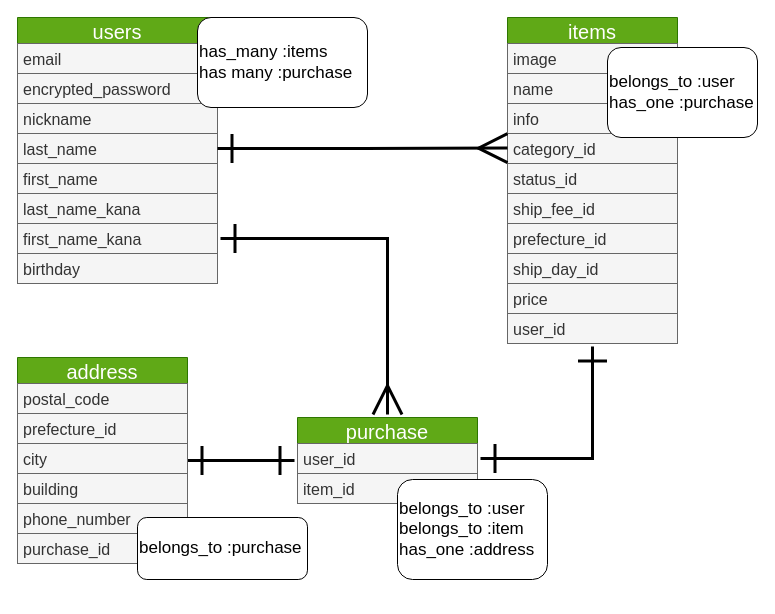
The draw.io diagram furima.dio in abmsonic/furima-29106, before the edit. Source tidied: cells renumbered, new cells numbered last; positions are measured from the earlier drawing's top-left corner, leaving out a move shared by most shapes. Both pictures are drawn from the tidied source at 100%, with x=0, y=0 at pixel (17, 17).
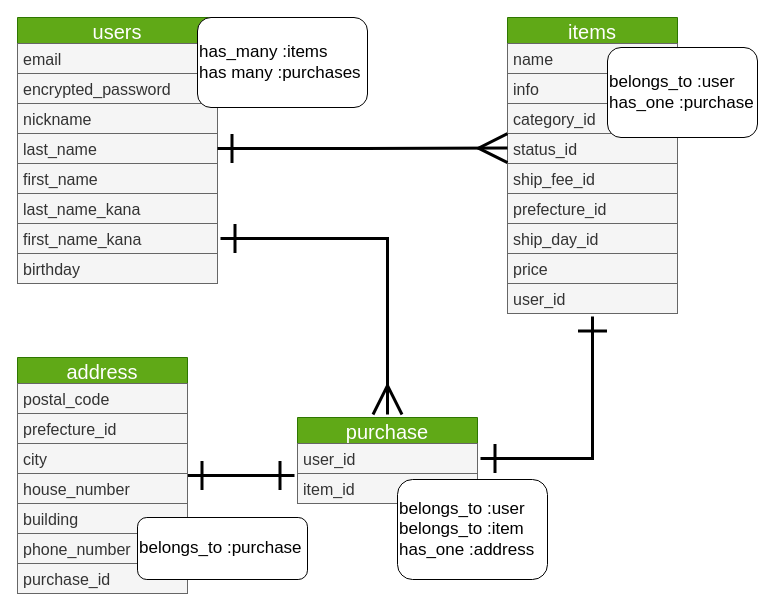
The same diagram, later.

Commit message (it also covers changes not shown here):
ER図とREADMEの修正02

The change refers to these unchanged cells:
```xml
<mxCell id="3" value="purchase" style="swimlane;fontStyle=0;horizontal=1;startSize=26;align=center;fontSize=20;fillColor=#60a917;strokeColor=#2D7600;fontColor=#ffffff;labelBackgroundColor=none;" parent="1" vertex="1">
  <mxGeometry x="280" y="400" width="180" height="86" as="geometry" />
</mxCell>
```

What changed in the source:
```diff
@@
     <mxCell id="2" style="edgeStyle=orthogonalEdgeStyle;rounded=0;jettySize=auto;html=1;entryX=1;entryY=0.5;entryDx=0;entryDy=0;startArrow=ERone;startFill=0;endArrow=ERone;endFill=0;strokeWidth=3;endSize=25;startSize=25;targetPerimeterSpacing=3;sourcePerimeterSpacing=3;" parent="1" edge="1" source="3" target="28">
-      <mxGeometry relative="1" as="geometry" />
+      <mxGeometry relative="1" as="geometry">
+        <Array as="points">
+          <mxPoint x="240" y="458" />
+          <mxPoint x="240" y="458" />
+        </Array>
+      </mxGeometry>
     </mxCell>
@@
     <mxCell id="6" value="items" style="swimlane;fontStyle=0;horizontal=1;startSize=26;align=center;fontSize=20;fillColor=#60a917;strokeColor=#2D7600;fontColor=#ffffff;" parent="1" vertex="1">
-      <mxGeometry x="490" width="170" height="326" as="geometry" />
+      <mxGeometry x="490" width="170" height="296" as="geometry" />
     </mxCell>
-    <mxCell id="7" value="image" style="text;strokeColor=#666666;fillColor=#f5f5f5;spacingLeft=4;spacingRight=4;overflow=hidden;fontSize=16;fontColor=#333333;" parent="6" vertex="1">
-      <mxGeometry y="26" width="170" height="30" as="geometry" />
-    </mxCell>
     <mxCell id="8" value="name" style="text;strokeColor=#666666;fillColor=#f5f5f5;spacingLeft=4;spacingRight=4;overflow=hidden;fontSize=16;fontColor=#333333;" parent="6" vertex="1">
-      <mxGeometry y="56" width="170" height="30" as="geometry" />
+      <mxGeometry y="26" width="170" height="30" as="geometry" />
     </mxCell>
     <mxCell id="9" value="info" style="text;strokeColor=#666666;fillColor=#f5f5f5;spacingLeft=4;spacingRight=4;overflow=hidden;fontSize=16;fontColor=#333333;" parent="6" vertex="1">
-      <mxGeometry y="86" width="170" height="30" as="geometry" />
+      <mxGeometry y="56" width="170" height="30" as="geometry" />
     </mxCell>
     <mxCell id="10" value="category_id" style="text;strokeColor=#666666;fillColor=#f5f5f5;spacingLeft=4;spacingRight=4;overflow=hidden;fontSize=16;fontColor=#333333;" parent="6" vertex="1">
-      <mxGeometry y="116" width="170" height="30" as="geometry" />
+      <mxGeometry y="86" width="170" height="30" as="geometry" />
     </mxCell>
     <mxCell id="11" value="status_id" style="text;strokeColor=#666666;fillColor=#f5f5f5;spacingLeft=4;spacingRight=4;overflow=hidden;fontSize=16;fontColor=#333333;" parent="6" vertex="1">
-      <mxGeometry y="146" width="170" height="30" as="geometry" />
+      <mxGeometry y="116" width="170" height="30" as="geometry" />
     </mxCell>
     <mxCell id="12" value="ship_fee_id" style="text;strokeColor=#666666;fillColor=#f5f5f5;spacingLeft=4;spacingRight=4;overflow=hidden;fontSize=16;fontColor=#333333;" parent="6" vertex="1">
-      <mxGeometry y="176" width="170" height="30" as="geometry" />
+      <mxGeometry y="146" width="170" height="30" as="geometry" />
     </mxCell>
     <mxCell id="13" value="prefecture_id" style="text;strokeColor=#666666;fillColor=#f5f5f5;spacingLeft=4;spacingRight=4;overflow=hidden;fontSize=16;fontColor=#333333;" parent="6" vertex="1">
-      <mxGeometry y="206" width="170" height="30" as="geometry" />
+      <mxGeometry y="176" width="170" height="30" as="geometry" />
     </mxCell>
     <mxCell id="14" value="ship_day_id" style="text;strokeColor=#666666;fillColor=#f5f5f5;spacingLeft=4;spacingRight=4;overflow=hidden;fontSize=16;fontColor=#333333;" parent="6" vertex="1">
-      <mxGeometry y="236" width="170" height="30" as="geometry" />
+      <mxGeometry y="206" width="170" height="30" as="geometry" />
     </mxCell>
     <mxCell id="15" value="price" style="text;strokeColor=#666666;fillColor=#f5f5f5;spacingLeft=4;spacingRight=4;overflow=hidden;fontSize=16;fontColor=#333333;" parent="6" vertex="1">
-      <mxGeometry y="266" width="170" height="30" as="geometry" />
+      <mxGeometry y="236" width="170" height="30" as="geometry" />
     </mxCell>
     <mxCell id="16" value="user_id" style="text;strokeColor=#666666;fillColor=#f5f5f5;spacingLeft=4;spacingRight=4;overflow=hidden;fontSize=16;fontColor=#333333;" parent="6" vertex="1">
-      <mxGeometry y="296" width="170" height="30" as="geometry" />
+      <mxGeometry y="266" width="170" height="30" as="geometry" />
     </mxCell>
@@
-    <mxCell id="26" value="has_many :items&lt;br style=&quot;font-size: 17px&quot;&gt;has many :purchase" style="rounded=1;whiteSpace=wrap;html=1;align=left;fontSize=17;" parent="1" vertex="1">
+    <mxCell id="26" value="has_many :items&lt;br style=&quot;font-size: 17px&quot;&gt;has many :purchases" style="rounded=1;whiteSpace=wrap;html=1;align=left;fontSize=17;" parent="1" vertex="1">
       <mxGeometry x="180" width="170" height="90" as="geometry" />
     </mxCell>
@@
     <mxCell id="28" value="address" style="swimlane;fontStyle=0;horizontal=1;startSize=26;align=center;fontSize=20;fillColor=#60a917;strokeColor=#2D7600;fontColor=#ffffff;labelBackgroundColor=none;" parent="1" vertex="1">
-      <mxGeometry y="340" width="170" height="206" as="geometry" />
+      <mxGeometry y="340" width="170" height="236" as="geometry" />
     </mxCell>
@@
-    <mxCell id="32" value="building" style="text;spacingLeft=4;spacingRight=4;overflow=hidden;fontSize=16;labelBackgroundColor=none;fillColor=#f5f5f5;strokeColor=#666666;fontColor=#333333;" parent="28" vertex="1">
+    <mxCell id="32" value="house_number" style="text;spacingLeft=4;spacingRight=4;overflow=hidden;fontSize=16;labelBackgroundColor=none;fillColor=#f5f5f5;strokeColor=#666666;fontColor=#333333;" parent="28" vertex="1">
       <mxGeometry y="116" width="170" height="30" as="geometry" />
     </mxCell>
-    <mxCell id="33" value="phone_number" style="text;spacingLeft=4;spacingRight=4;overflow=hidden;fontSize=16;labelBackgroundColor=none;fillColor=#f5f5f5;strokeColor=#666666;fontColor=#333333;" parent="28" vertex="1">
+    <mxCell id="33" value="building" style="text;spacingLeft=4;spacingRight=4;overflow=hidden;fontSize=16;labelBackgroundColor=none;fillColor=#f5f5f5;strokeColor=#666666;fontColor=#333333;" parent="28" vertex="1">
       <mxGeometry y="146" width="170" height="30" as="geometry" />
     </mxCell>
+    <mxCell id="40" value="phone_number" style="text;spacingLeft=4;spacingRight=4;overflow=hidden;fontSize=16;labelBackgroundColor=none;fillColor=#f5f5f5;strokeColor=#666666;fontColor=#333333;" parent="28" vertex="1">
+      <mxGeometry y="176" width="170" height="30" as="geometry" />
+    </mxCell>
     <mxCell id="34" value="purchase_id" style="text;spacingLeft=4;spacingRight=4;overflow=hidden;fontSize=16;labelBackgroundColor=none;fillColor=#f5f5f5;strokeColor=#666666;fontColor=#333333;" parent="28" vertex="1">
-      <mxGeometry y="176" width="170" height="30" as="geometry" />
+      <mxGeometry y="206" width="170" height="30" as="geometry" />
     </mxCell>
```
